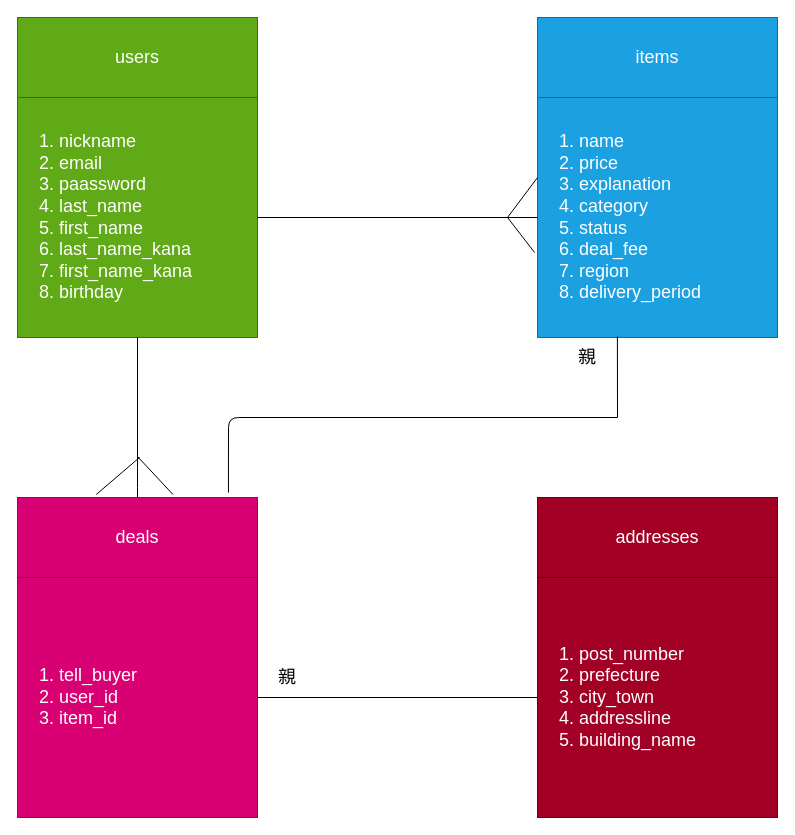
Before: frima.drawio in Masahiro913/furima-30564, a draw.io diagram. Source tidied: cells renumbered, new cells numbered last; positions are measured from the earlier drawing's top-left corner, leaving out a move shared by most shapes. Both pictures are drawn from the tidied source at 100%, with x=0, y=0 at pixel (17, 17).
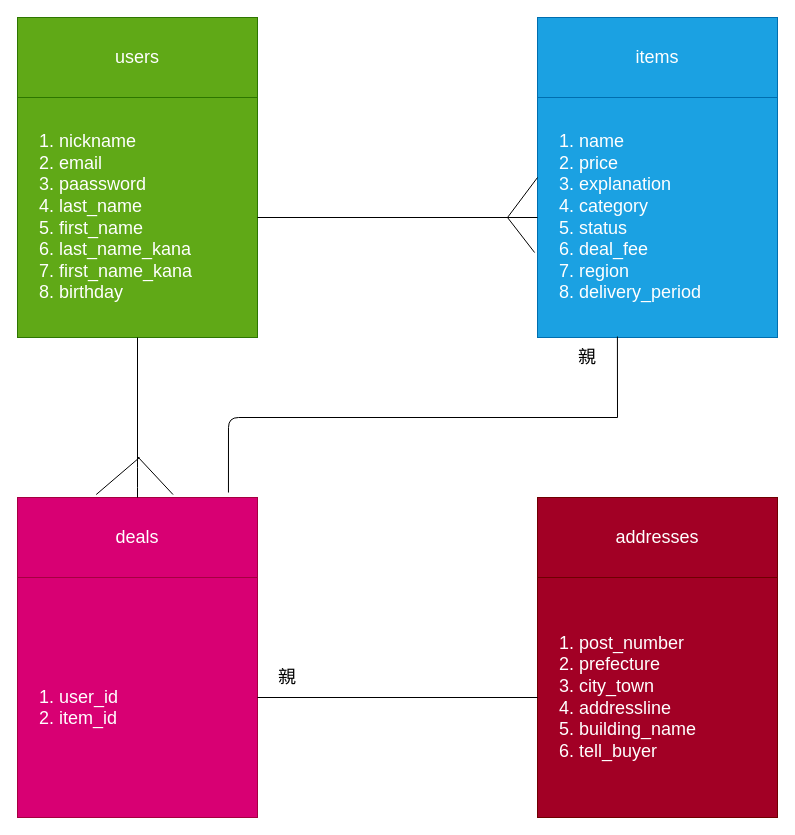
After the change.

Change to the diagram source:
```diff
@@
-    <mxCell id="12" value="&lt;ol&gt;&lt;li&gt;tell_buyer&lt;/li&gt;&lt;li&gt;user_id&lt;/li&gt;&lt;li&gt;item_id&lt;/li&gt;&lt;/ol&gt;" style="text;strokeColor=#A50040;fillColor=#d80073;html=1;whiteSpace=wrap;verticalAlign=middle;overflow=hidden;fontSize=18;fontColor=#ffffff;" parent="1" vertex="1">
+    <mxCell id="12" value="&lt;div&gt;&lt;br&gt;&lt;/div&gt;&lt;ol&gt;&lt;li&gt;user_id&lt;/li&gt;&lt;li&gt;item_id&lt;/li&gt;&lt;/ol&gt;" style="text;strokeColor=#A50040;fillColor=#d80073;html=1;whiteSpace=wrap;verticalAlign=middle;overflow=hidden;fontSize=18;fontColor=#ffffff;" parent="1" vertex="1">
       <mxGeometry y="560" width="240" height="240" as="geometry" />
     </mxCell>
@@
-    <mxCell id="17" value="&lt;ol&gt;&lt;li&gt;post_number&lt;/li&gt;&lt;li&gt;prefecture&lt;/li&gt;&lt;li&gt;city_town&lt;/li&gt;&lt;li&gt;addressline&lt;/li&gt;&lt;li&gt;building_name&lt;/li&gt;&lt;/ol&gt;" style="text;strokeColor=#6F0000;fillColor=#a20025;html=1;whiteSpace=wrap;verticalAlign=middle;overflow=hidden;fontSize=18;fontColor=#ffffff;" parent="1" vertex="1">
+    <mxCell id="17" value="&lt;ol&gt;&lt;li&gt;post_number&lt;/li&gt;&lt;li&gt;prefecture&lt;/li&gt;&lt;li&gt;city_town&lt;/li&gt;&lt;li&gt;addressline&lt;/li&gt;&lt;li&gt;building_name&lt;/li&gt;&lt;li&gt;tell_buyer&lt;/li&gt;&lt;/ol&gt;" style="text;strokeColor=#6F0000;fillColor=#a20025;html=1;whiteSpace=wrap;verticalAlign=middle;overflow=hidden;fontSize=18;fontColor=#ffffff;" parent="1" vertex="1">
       <mxGeometry x="520" y="560" width="240" height="240" as="geometry" />
     </mxCell>
```
